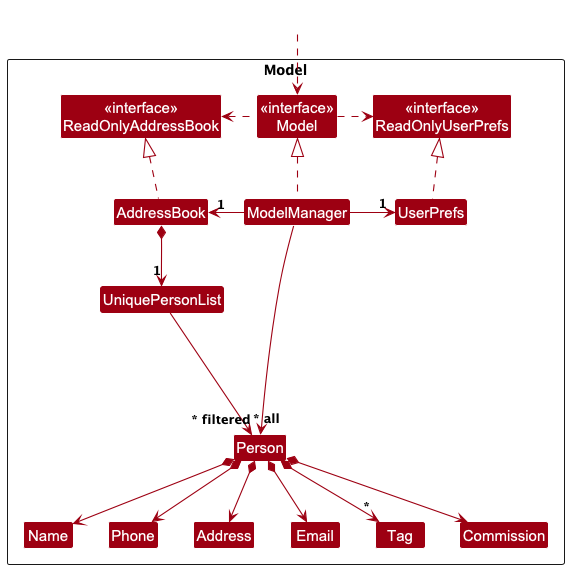
xk1234/tp keeps this PlantUML diagram as docs/images/ModelClassDiagram.png. Above is the earlier version. Its diagram source:
```plantuml
@startuml
!include style.puml
skinparam arrowThickness 1.1
skinparam arrowColor MODEL_COLOR
skinparam classBackgroundColor MODEL_COLOR

Package Model as ModelPackage <<Rectangle>>{
Class "<<interface>>\nReadOnlyAddressBook" as ReadOnlyAddressBook
Class "<<interface>>\nReadOnlyUserPrefs" as ReadOnlyUserPrefs
Class "<<interface>>\nModel" as Model
Class AddressBook
Class ModelManager
Class UserPrefs

Class UniquePersonList
Class Person
Class Address
Class Email
Class Name
Class Phone
Class Tag
Class Commission

Class I #FFFFFF
}

Class HiddenOutside #FFFFFF
HiddenOutside ..> Model

AddressBook .up.|> ReadOnlyAddressBook

ModelManager .up.|> Model
Model .right.> ReadOnlyUserPrefs
Model .left.> ReadOnlyAddressBook
ModelManager -left-> "1" AddressBook
ModelManager -right-> "1" UserPrefs
UserPrefs .up.|> ReadOnlyUserPrefs

AddressBook *--> "1" UniquePersonList
UniquePersonList --> "~* all" Person
Person *--> Name
Person *--> Phone
Person *--> Email
Person *--> Address
Person *--> Commission
Person *--> "*" Tag

Person -[hidden]up--> I
UniquePersonList -[hidden]right-> I

Name -[hidden]right-> Phone
Phone -[hidden]right-> Address
Address -[hidden]right-> Email

ModelManager --> "~* filtered" Person
@enduml
```
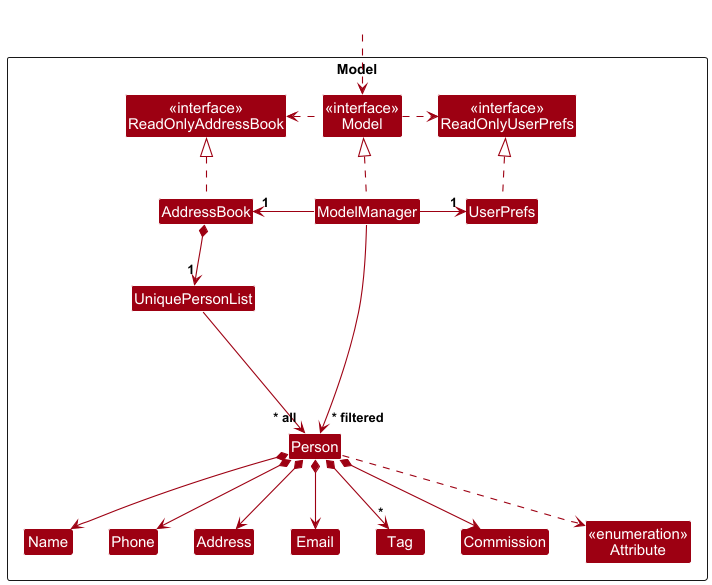
Later version of the same file.

Commit message:
Compile and replace images

What changed in the source:
```diff
@@ -20,6 +20,8 @@
 Class Phone
 Class Tag
 Class Commission
+
+Enum "<<enumeration>>\nAttribute" as Attribute
 
 Class I #FFFFFF
 }
@@ -45,6 +47,8 @@
 Person *--> Commission
 Person *--> "*" Tag
 
+Person ..> Attribute
+
 Person -[hidden]up--> I
 UniquePersonList -[hidden]right-> I
 
```
